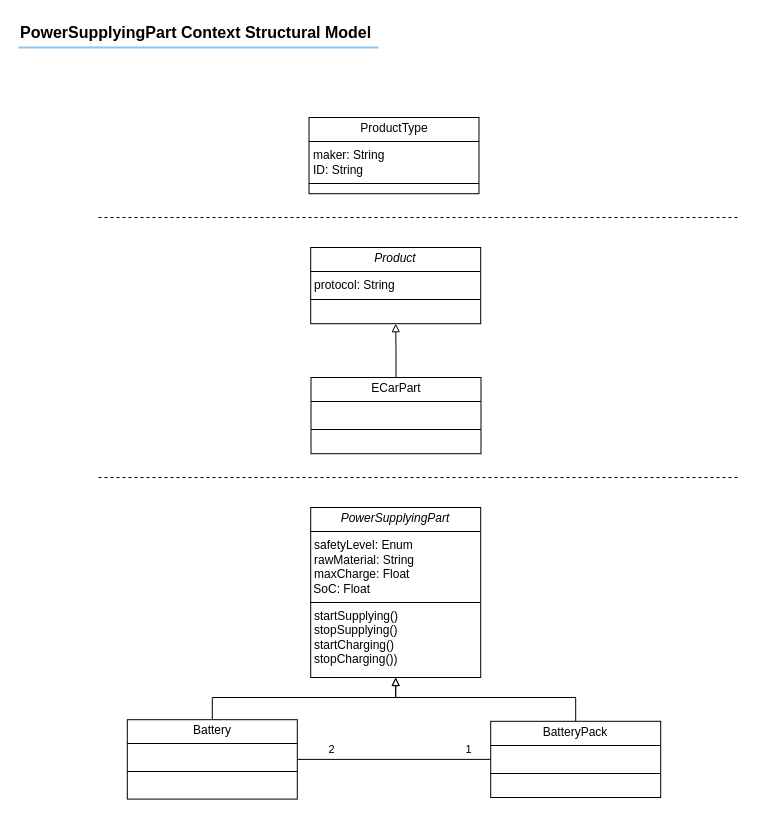
Above: version/4/KobrA_PowerSupplyingPart_Context-Stractural-Model.drawio in Mohammad-Si/convide-A02-MVE (draw.io), before the change. Source tidied: cells renumbered, new cells numbered last; positions are measured from the earlier drawing's top-left corner, leaving out a move shared by most shapes. Both pictures are drawn from the tidied source at 100%, with x=0, y=0 at pixel (18, 17).
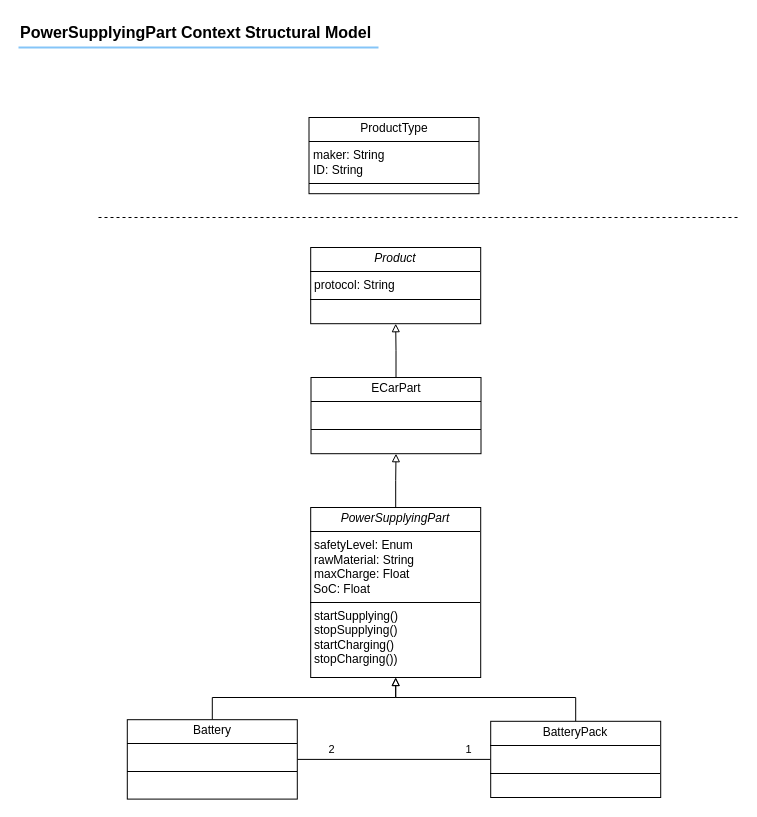
Above is the later version.

The change refers to these unchanged cells:
```xml
<mxCell id="9" value="&lt;p style=&quot;margin:0px;margin-top:4px;text-align:center;&quot;&gt;&lt;i&gt;PowerSupplyingPart&lt;/i&gt;&lt;/p&gt;&lt;hr size=&quot;1&quot; style=&quot;border-style:solid;&quot;&gt;&lt;p style=&quot;margin: 0px 0px 0px 4px;&quot;&gt;&lt;span style=&quot;background-color: initial; color: light-dark(rgb(0, 0, 0), rgb(255, 255, 255));&quot;&gt;safetyLevel&lt;/span&gt;&lt;span style=&quot;background-color: initial; color: light-dark(rgb(0, 0, 0), rgb(255, 255, 255));&quot;&gt;:&lt;/span&gt;&lt;span style=&quot;background-color: initial; color: light-dark(rgb(0, 0, 0), rgb(255, 255, 255));&quot;&gt;&amp;nbsp;Enum&lt;/span&gt;&lt;/p&gt;&lt;div&gt;&lt;p style=&quot;margin: 0px 0px 0px 4px;&quot;&gt;&lt;span style=&quot;background-color: transparent; color: light-dark(rgb(0, 0, 0), rgb(255, 255, 255));&quot;&gt;rawMaterial&lt;/span&gt;&lt;span style=&quot;background-color: initial; color: light-dark(rgb(0, 0, 0), rgb(255, 255, 255));&quot;&gt;:&lt;/span&gt;&lt;span style=&quot;background-color: initial; color: light-dark(rgb(0, 0, 0), rgb(255, 255, 255));&quot;&gt;&amp;nbsp;String&lt;/span&gt;&lt;/p&gt;&lt;div&gt;&lt;p style=&quot;margin: 0px 0px 0px 4px;&quot;&gt;maxCharge&lt;span style=&quot;background-color: initial;&quot;&gt;:&lt;/span&gt;&lt;span style=&quot;background-color: initial;&quot;&gt;&amp;nbsp;Float&lt;/span&gt;&lt;/p&gt;&lt;/div&gt;&lt;/div&gt;&lt;div&gt;&amp;nbsp;SoC: Float&lt;/div&gt;&lt;hr size=&quot;1&quot; style=&quot;border-style:solid;&quot;&gt;&lt;p style=&quot;margin:0px;margin-left:4px;&quot;&gt;&lt;span style=&quot;background-color: transparent; color: light-dark(rgb(0, 0, 0), rgb(255, 255, 255));&quot;&gt;startSupplying()&lt;/span&gt;&lt;/p&gt;&lt;p style=&quot;margin: 0px 0px 0px 4px;&quot;&gt;&lt;span style=&quot;background-color: transparent; color: light-dark(rgb(0, 0, 0), rgb(255, 255, 255));&quot;&gt;stopSupplying&lt;/span&gt;()&lt;/p&gt;&lt;p style=&quot;margin: 0px 0px 0px 4px;&quot;&gt;&lt;span style=&quot;background-color: rgb(255, 255, 255); text-align: center; text-wrap-mode: nowrap; color: light-dark(rgb(0, 0, 0), rgb(255, 255, 255));&quot;&gt;&lt;span style=&quot;background-color: transparent; color: light-dark(rgb(0, 0, 0), rgb(255, 255, 255)); text-align: left; text-wrap-mode: wrap;&quot;&gt;startCharging&lt;/span&gt;()&lt;/span&gt;&lt;/p&gt;&lt;p style=&quot;margin:0px;margin-left:4px;&quot;&gt;&lt;span style=&quot;color: light-dark(rgb(0, 0, 0), rgb(255, 255, 255)); background-color: rgb(255, 255, 255);&quot;&gt;stopCharging&lt;/span&gt;&lt;span style=&quot;background-color: light-dark(rgb(251, 251, 251), rgb(21, 21, 21)); color: light-dark(rgb(0, 0, 0), rgb(255, 255, 255));&quot;&gt;()&lt;/span&gt;)&lt;/p&gt;" style="verticalAlign=top;align=left;overflow=fill;html=1;whiteSpace=wrap;rounded=0;" parent="1" vertex="1">
  <mxGeometry x="292.2" y="490" width="170" height="170" as="geometry" />
</mxCell>
<mxCell id="15" value="&lt;p style=&quot;margin:0px;margin-top:4px;text-align:center;&quot;&gt;&lt;span style=&quot;background-color: transparent; color: light-dark(rgb(0, 0, 0), rgb(255, 255, 255));&quot;&gt;ECarPart&lt;/span&gt;&lt;/p&gt;&lt;hr size=&quot;1&quot; style=&quot;border-style:solid;&quot;&gt;&lt;p style=&quot;margin: 0px 0px 0px 4px;&quot;&gt;&lt;br&gt;&lt;/p&gt;&lt;hr style=&quot;border-style: solid;&quot; size=&quot;1&quot;&gt;&lt;p style=&quot;margin: 0px 0px 0px 4px;&quot;&gt;&lt;br&gt;&lt;/p&gt;" style="verticalAlign=top;align=left;overflow=fill;html=1;whiteSpace=wrap;rounded=0;" parent="1" vertex="1">
  <mxGeometry x="292.5" y="360" width="170" height="76.2" as="geometry" />
</mxCell>
```

Diff of the diagram source:
```diff
@@
+    <mxCell id="18" style="edgeStyle=orthogonalEdgeStyle;rounded=0;jettySize=auto;html=1;entryX=0.5;entryY=1;entryDx=0;entryDy=0;endArrow=block;endFill=0;" parent="1" edge="1" source="9" target="15">
+      <mxGeometry relative="1" as="geometry" />
+    </mxCell>
@@
-    <mxCell id="16" style="endArrow=none;dashed=1;html=1;rounded=0;" parent="1" edge="1">
-      <mxGeometry relative="1" as="geometry">
-        <mxPoint x="80" y="460" as="sourcePoint" />
-        <mxPoint x="720" y="460" as="targetPoint" />
-      </mxGeometry>
-    </mxCell>
```
